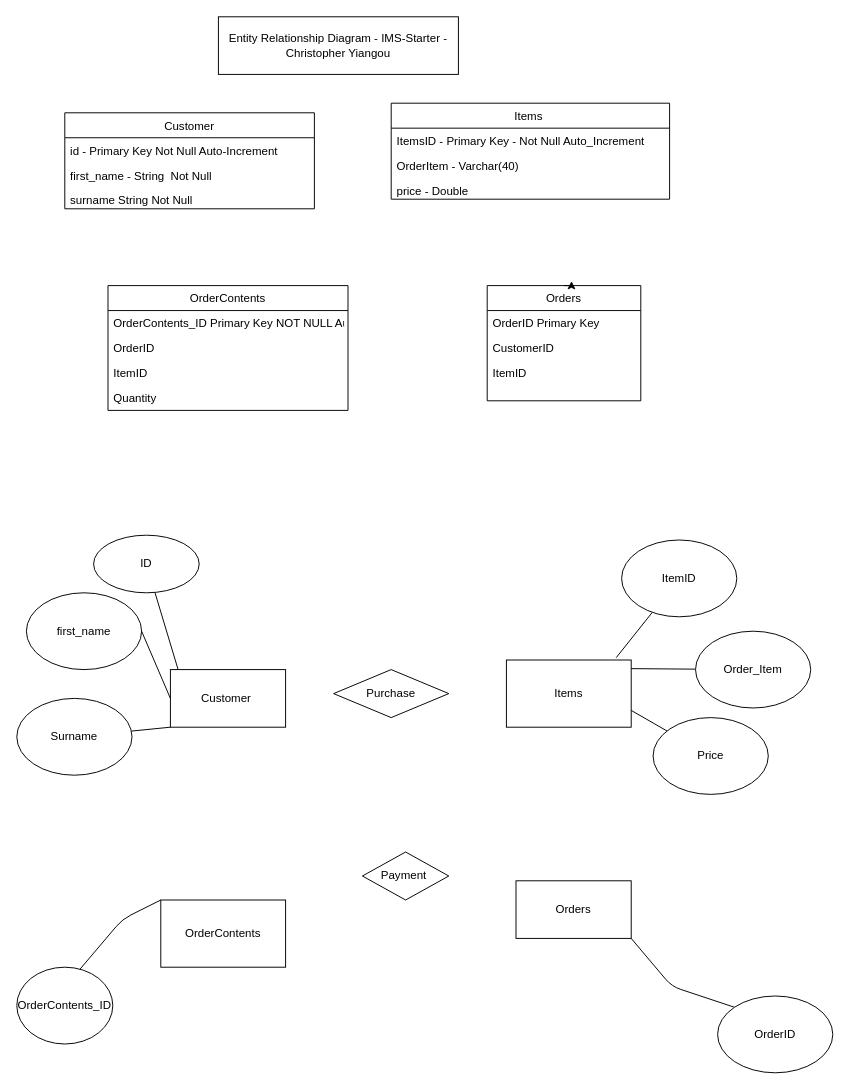
Above: ERD - IMS-Starter.drawio in ChrisQA-GB/IMS-Starter (draw.io), before the change. Source tidied: cells renumbered, new cells numbered last; positions are measured from the earlier drawing's top-left corner, leaving out a move shared by most shapes. Both pictures are drawn from the tidied source at 96%, with x=0, y=0 at pixel (16, 16).
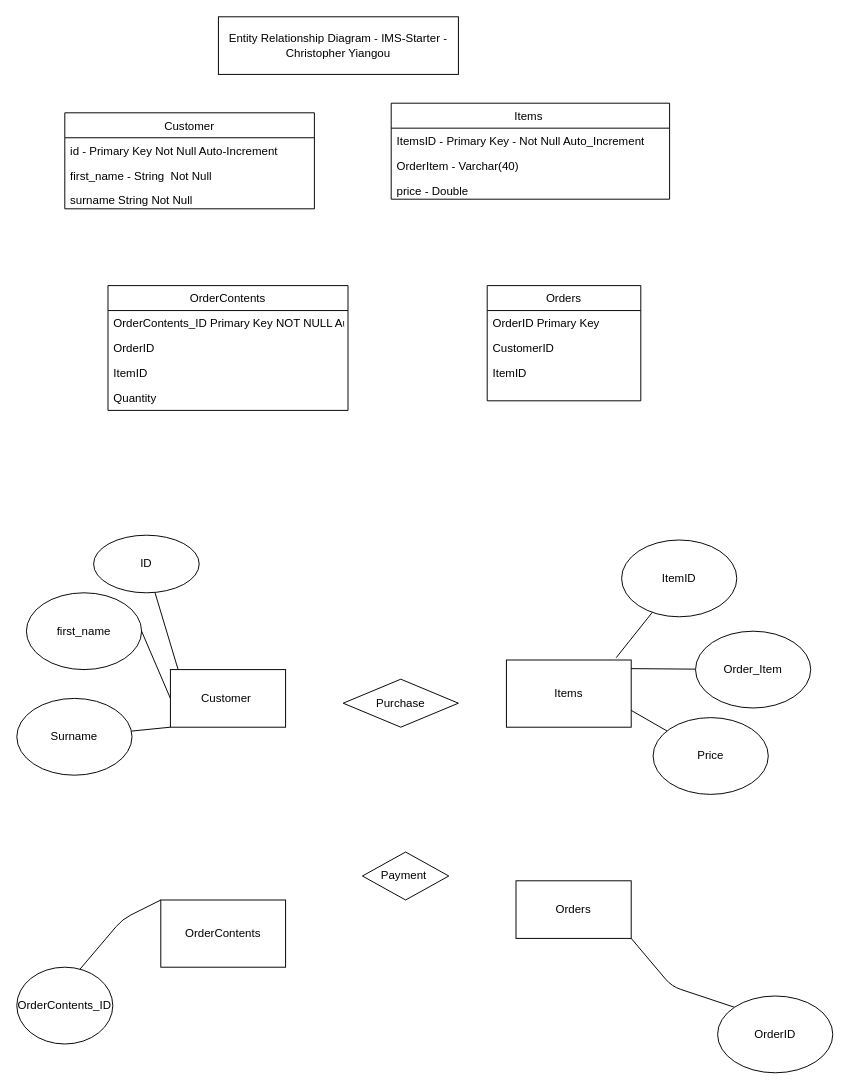
Above is the later version.

Unchanged cells that the change refers to:
```xml
<mxCell id="11" value="Orders" style="swimlane;fontStyle=0;horizontal=1;startSize=26;fillColor=none;" parent="1" vertex="1">
  <mxGeometry x="490" y="280" width="160" height="120" as="geometry" />
</mxCell>
```

What changed in the source:
```diff
@@
-    <mxCell id="27" style="edgeStyle=orthogonalEdgeStyle;rounded=0;orthogonalLoop=1;jettySize=auto;html=1;exitX=0.5;exitY=0;exitDx=0;exitDy=0;entryX=0.549;entryY=-0.039;entryDx=0;entryDy=0;entryPerimeter=0;" parent="1" edge="1" source="11" target="11">
-      <mxGeometry relative="1" as="geometry" />
-    </mxCell>
@@
     <mxCell id="41" value="Purchase" style="rhombus;whiteSpace=wrap;html=1;" parent="1" vertex="1">
-      <mxGeometry x="330" y="680" width="120" height="50" as="geometry" />
+      <mxGeometry x="340" y="690" width="120" height="50" as="geometry" />
     </mxCell>
```
